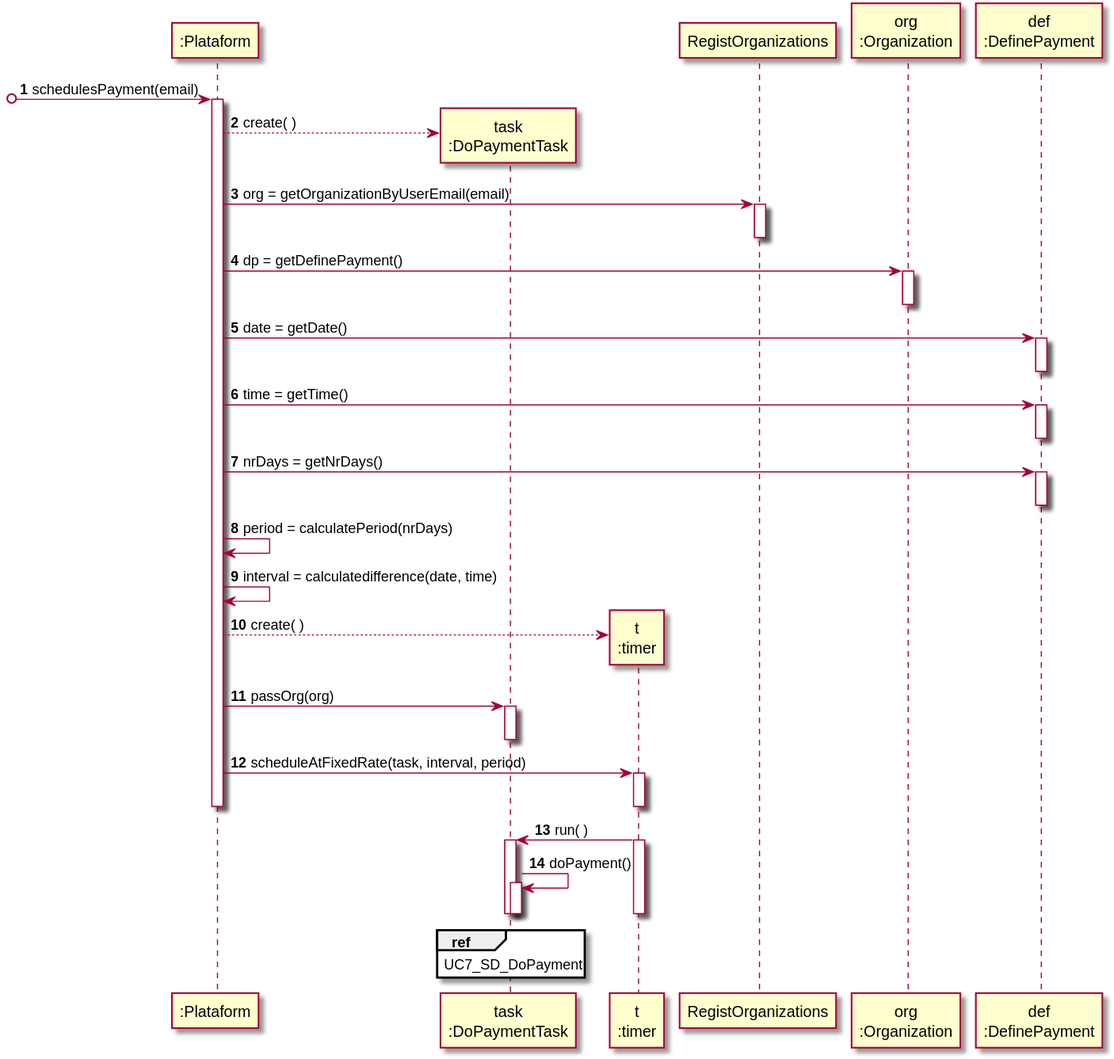
1190452/LAPR2 keeps this PlantUML diagram as docs/UC7 - Do Payment Automatically/UC7_SD.svg. Above is the earlier version.
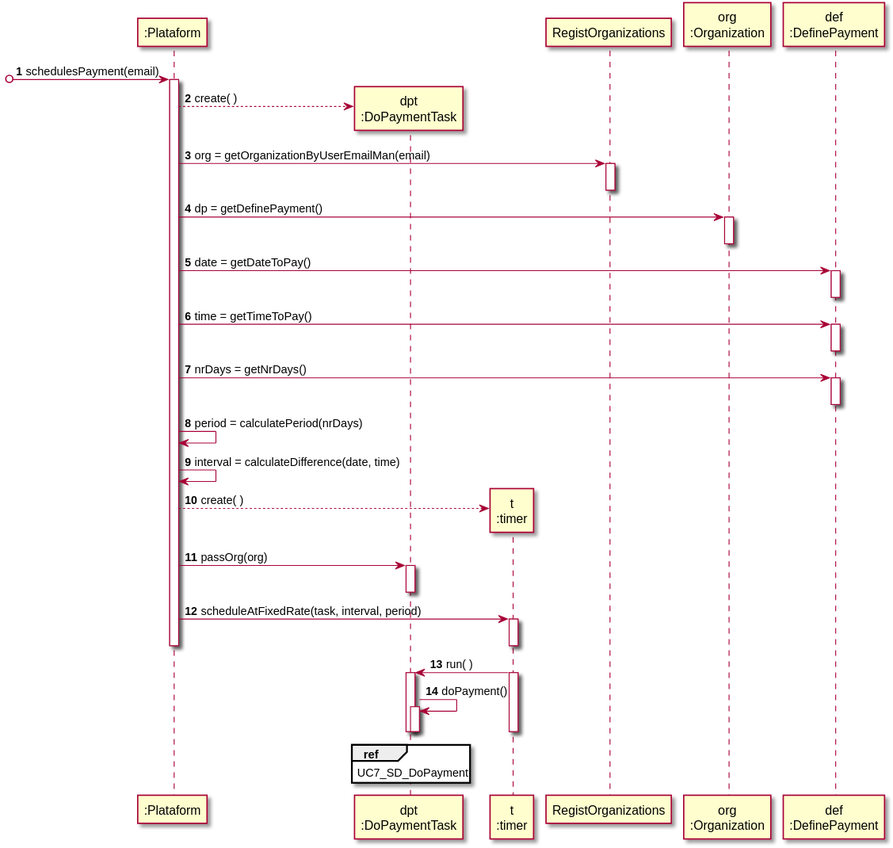
Later version of the same file.

What changed in the source:
```diff
@@ -2,7 +2,7 @@
 autonumber
 
 participant ":Plataform" as PLAT
-participant "task\n:DoPaymentTask" as TASK
+participant "dpt\n:DoPaymentTask" as TASK
 participant "t\n:timer" as TI
 participant "RegistOrganizations" as RORGS
 
@@ -16,17 +16,20 @@
 
 PLAT --> TASK** : create( )
 
-PLAT -> RORGS : org = getOrganizationByUserEmail(email)
+PLAT -> RORGS : org = getOrganizationByUserEmailMan(email)
 activate RORGS
 deactivate RORGS
 
 PLAT -> O : dp = getDefinePayment()
 activate O
 deactivate O
-PLAT -> DP : date = getDate()
+
+
+
+PLAT -> DP : date = getDateToPay()
 activate DP
 deactivate DP
-PLAT -> DP : time = getTime()
+PLAT -> DP : time = getTimeToPay()
 activate DP
 deactivate DP
 PLAT -> DP : nrDays = getNrDays()
@@ -36,7 +39,7 @@
 PLAT -> PLAT : period = calculatePeriod(nrDays)
 
 
-PLAT -> PLAT : interval = calculatedifference(date, time)
+PLAT -> PLAT : interval = calculateDifference(date, time)
 
 
 PLAT --> TI** : create( )
```
